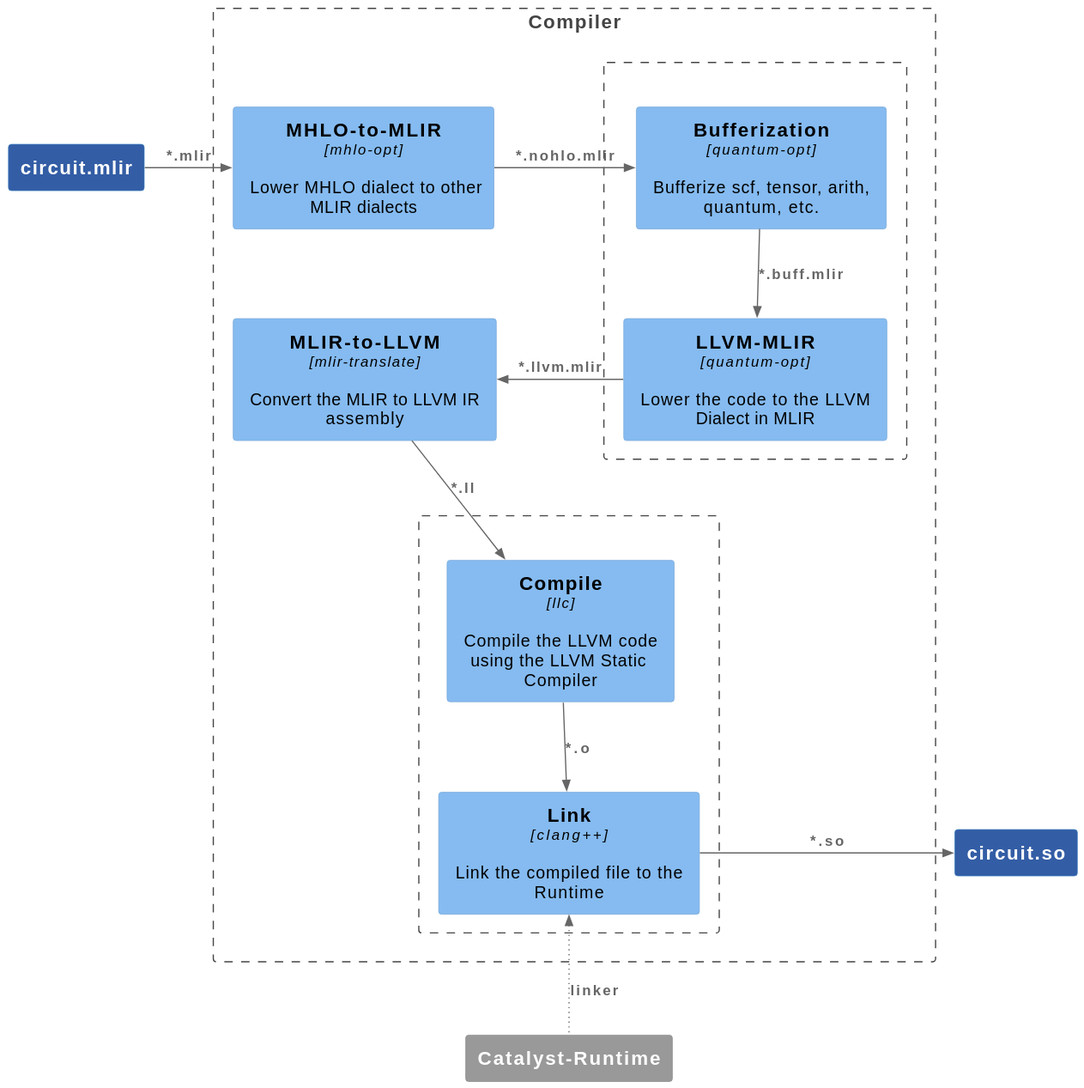
The PlantUML diagram doc/_static/arch/compiler.svg in PennyLaneAI/catalyst, before a commit.
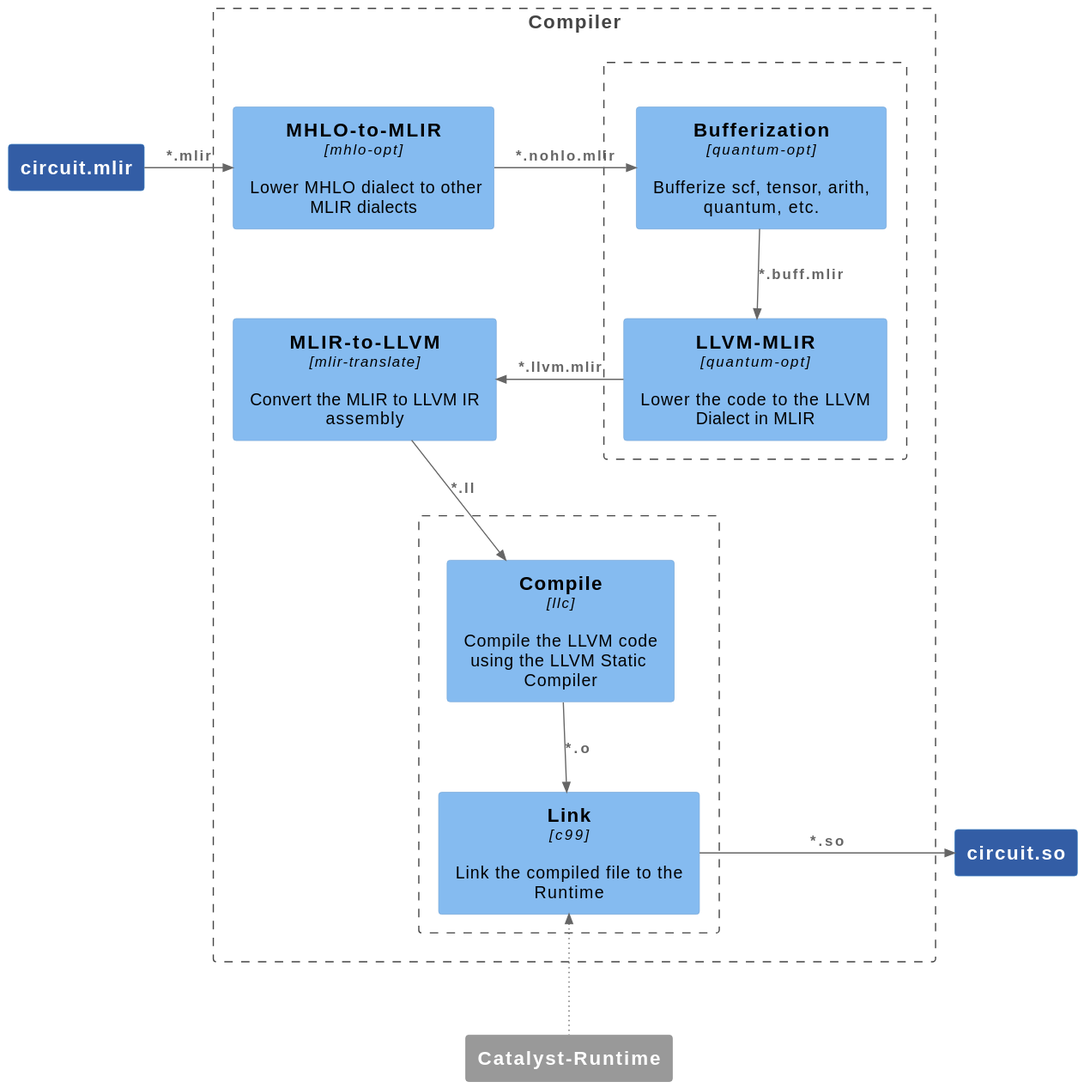
The same diagram one commit later.

The edit, as a diff of the source:
```diff
@@ -27,7 +27,7 @@
 
     Component(_o_, "Compile", "llc", "Compile the LLVM code using the LLVM Static Compiler")
 
-    Component(_so_, "Link", "clang++", "Link the compiled file to the Runtime")
+    Component(_so_, "Link", "c99", "Link the compiled file to the Runtime")
   }
 }
 
@@ -48,6 +48,6 @@
 
 Rel_R(_so_, _so_sys_, "*.so", "")
 
-Rel_U(_catalyst_runtime_, _so_, "linker", "", $tags="action")
+Rel_U(_catalyst_runtime_, _so_, " ", "", $tags="action")
 
 @enduml
```
